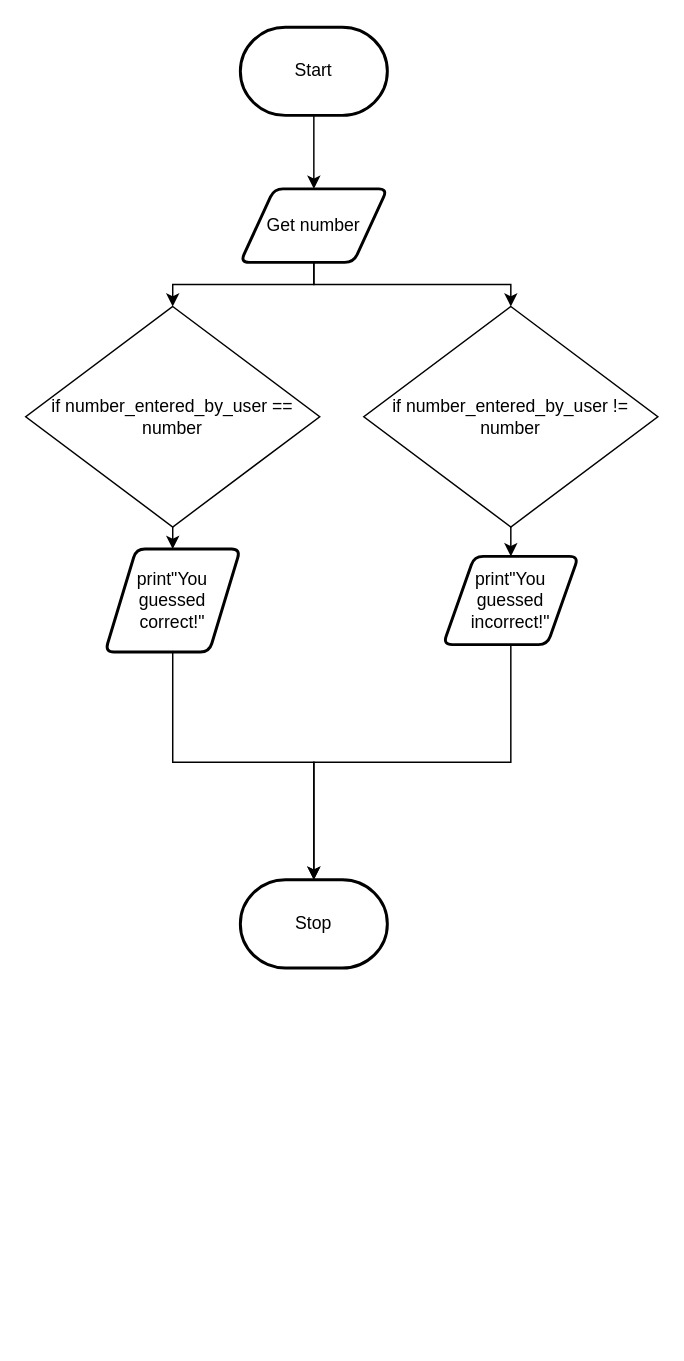
michael-clermont1/ICS3U-Unit3-02-Python keeps this draw.io diagram as flowchart.drawio. Above is the earlier version. Source tidied: cells renumbered, new cells numbered last; positions are measured from the earlier drawing's top-left corner, leaving out a move shared by most shapes. Both pictures are drawn from the tidied source at 147%, with x=0, y=0 at pixel (25, 26).
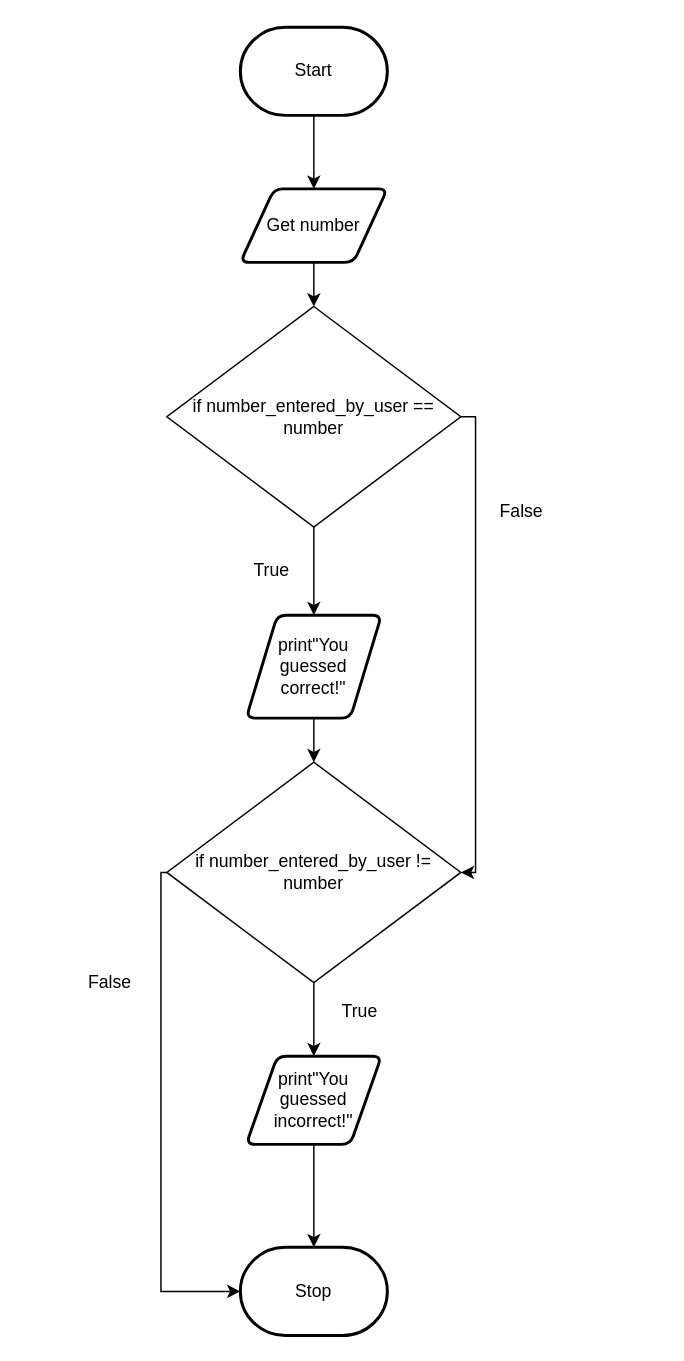
The same diagram, later.

The change refers to these unchanged cells:
```xml
<mxCell id="4" value="Get number" style="shape=parallelogram;html=1;strokeWidth=2;perimeter=parallelogramPerimeter;whiteSpace=wrap;rounded=1;arcSize=12;size=0.23;" parent="1" vertex="1">
  <mxGeometry x="146" y="110" width="100" height="50" as="geometry" />
</mxCell>
```

Diff of the diagram source:
```diff
@@
-    <mxCell id="2" style="edgeStyle=orthogonalEdgeStyle;rounded=0;html=1;entryX=0.5;entryY=0;entryDx=0;entryDy=0;" parent="1" edge="1" source="4" target="13">
-      <mxGeometry relative="1" as="geometry">
-        <Array as="points">
-          <mxPoint x="196" y="175" />
-          <mxPoint x="100" y="175" />
-        </Array>
-      </mxGeometry>
-    </mxCell>
-    <mxCell id="3" style="edgeStyle=orthogonalEdgeStyle;rounded=0;html=1;entryX=0.5;entryY=0;entryDx=0;entryDy=0;" parent="1" edge="1" source="4" target="15">
-      <mxGeometry relative="1" as="geometry" />
-    </mxCell>
+    <mxCell id="14" style="edgeStyle=none;html=1;entryX=0.5;entryY=0;entryDx=0;entryDy=0;" parent="1" edge="1" source="4" target="13">
+      <mxGeometry relative="1" as="geometry" />
+    </mxCell>
@@
     <mxCell id="7" value="Stop" style="strokeWidth=2;html=1;shape=mxgraph.flowchart.terminator;whiteSpace=wrap;" parent="1" vertex="1">
-      <mxGeometry x="146" y="580" width="100" height="60" as="geometry" />
+      <mxGeometry x="146" y="830" width="100" height="60" as="geometry" />
     </mxCell>
-    <mxCell id="8" style="edgeStyle=orthogonalEdgeStyle;rounded=0;html=1;entryX=0.5;entryY=0;entryDx=0;entryDy=0;entryPerimeter=0;" parent="1" edge="1" source="9" target="7">
-      <mxGeometry relative="1" as="geometry">
-        <Array as="points">
-          <mxPoint x="100" y="500" />
-          <mxPoint x="196" y="500" />
-        </Array>
-      </mxGeometry>
-    </mxCell>
+    <mxCell id="16" style="edgeStyle=orthogonalEdgeStyle;rounded=0;html=1;entryX=0.5;entryY=0;entryDx=0;entryDy=0;" parent="1" edge="1" source="9" target="15">
+      <mxGeometry relative="1" as="geometry" />
+    </mxCell>
     <mxCell id="9" value="print&quot;You guessed correct!&quot;" style="shape=parallelogram;html=1;strokeWidth=2;perimeter=parallelogramPerimeter;whiteSpace=wrap;rounded=1;arcSize=12;size=0.23;" parent="1" vertex="1">
-      <mxGeometry x="54" y="355" width="92" height="70" as="geometry" />
+      <mxGeometry x="150" y="400" width="92" height="70" as="geometry" />
     </mxCell>
     <mxCell id="10" style="edgeStyle=orthogonalEdgeStyle;rounded=0;html=1;entryX=0.5;entryY=0;entryDx=0;entryDy=0;entryPerimeter=0;" parent="1" edge="1" source="11" target="7">
-      <mxGeometry relative="1" as="geometry">
-        <Array as="points">
-          <mxPoint x="330" y="500" />
-          <mxPoint x="196" y="500" />
-        </Array>
-      </mxGeometry>
+      <mxGeometry relative="1" as="geometry" />
     </mxCell>
     <mxCell id="11" value="print&quot;You guessed incorrect!&quot;" style="shape=parallelogram;html=1;strokeWidth=2;perimeter=parallelogramPerimeter;whiteSpace=wrap;rounded=1;arcSize=12;size=0.23;" parent="1" vertex="1">
-      <mxGeometry x="284" y="360" width="92" height="60" as="geometry" />
+      <mxGeometry x="150" y="700" width="92" height="60" as="geometry" />
     </mxCell>
-    <mxCell id="12" style="edgeStyle=orthogonalEdgeStyle;rounded=0;html=1;exitX=0.5;exitY=1;exitDx=0;exitDy=0;entryX=0.5;entryY=0;entryDx=0;entryDy=0;" parent="1" edge="1" source="13" target="9">
+    <mxCell id="12" style="edgeStyle=none;html=1;entryX=0.5;entryY=0;entryDx=0;entryDy=0;" parent="1" edge="1" source="13" target="9">
       <mxGeometry relative="1" as="geometry" />
     </mxCell>
+    <mxCell id="17" style="edgeStyle=orthogonalEdgeStyle;rounded=0;html=1;entryX=1;entryY=0.5;entryDx=0;entryDy=0;" parent="1" edge="1" source="13" target="15">
+      <mxGeometry relative="1" as="geometry">
+        <Array as="points">
+          <mxPoint x="306" y="265" />
+          <mxPoint x="306" y="575" />
+        </Array>
+      </mxGeometry>
+    </mxCell>
     <mxCell id="13" value="&lt;span&gt;if number_entered_by_user == number&lt;/span&gt;" style="rhombus;whiteSpace=wrap;html=1;" parent="1" vertex="1">
-      <mxGeometry y="190" width="200" height="150" as="geometry" />
+      <mxGeometry x="96" y="190" width="200" height="150" as="geometry" />
     </mxCell>
-    <mxCell id="14" style="edgeStyle=orthogonalEdgeStyle;rounded=0;html=1;entryX=0.5;entryY=0;entryDx=0;entryDy=0;" parent="1" edge="1" source="15" target="11">
-      <mxGeometry relative="1" as="geometry" />
-    </mxCell>
+    <mxCell id="18" style="edgeStyle=orthogonalEdgeStyle;rounded=0;html=1;entryX=0.5;entryY=0;entryDx=0;entryDy=0;" parent="1" edge="1" source="15" target="11">
+      <mxGeometry relative="1" as="geometry" />
+    </mxCell>
+    <mxCell id="19" style="edgeStyle=orthogonalEdgeStyle;rounded=0;html=1;entryX=0;entryY=0.5;entryDx=0;entryDy=0;entryPerimeter=0;" parent="1" edge="1" source="15" target="7">
+      <mxGeometry relative="1" as="geometry">
+        <Array as="points">
+          <mxPoint x="92" y="575" />
+          <mxPoint x="92" y="860" />
+        </Array>
+      </mxGeometry>
+    </mxCell>
     <mxCell id="15" value="&lt;span&gt;if number_entered_by_user != number&lt;/span&gt;" style="rhombus;whiteSpace=wrap;html=1;" parent="1" vertex="1">
-      <mxGeometry x="230" y="190" width="200" height="150" as="geometry" />
+      <mxGeometry x="96" y="500" width="200" height="150" as="geometry" />
     </mxCell>
+    <mxCell id="20" value="False" style="text;html=1;align=center;verticalAlign=middle;fillColor=none;strokeColor=none;rounded=0;" parent="1" vertex="1">
+      <mxGeometry x="312" y="320" width="50" height="20" as="geometry" />
+    </mxCell>
+    <mxCell id="21" value="True" style="text;html=1;align=center;verticalAlign=middle;fillColor=none;strokeColor=none;rounded=0;" parent="1" vertex="1">
+      <mxGeometry x="147" y="360" width="40" height="20" as="geometry" />
+    </mxCell>
+    <mxCell id="22" value="False" style="text;html=1;align=center;verticalAlign=middle;fillColor=none;strokeColor=none;rounded=0;" parent="1" vertex="1">
+      <mxGeometry x="32" y="640" width="50" height="20" as="geometry" />
+    </mxCell>
+    <mxCell id="23" value="True" style="text;html=1;align=center;verticalAlign=middle;fillColor=none;strokeColor=none;rounded=0;" parent="1" vertex="1">
+      <mxGeometry x="207" y="660" width="40" height="20" as="geometry" />
+    </mxCell>
```
